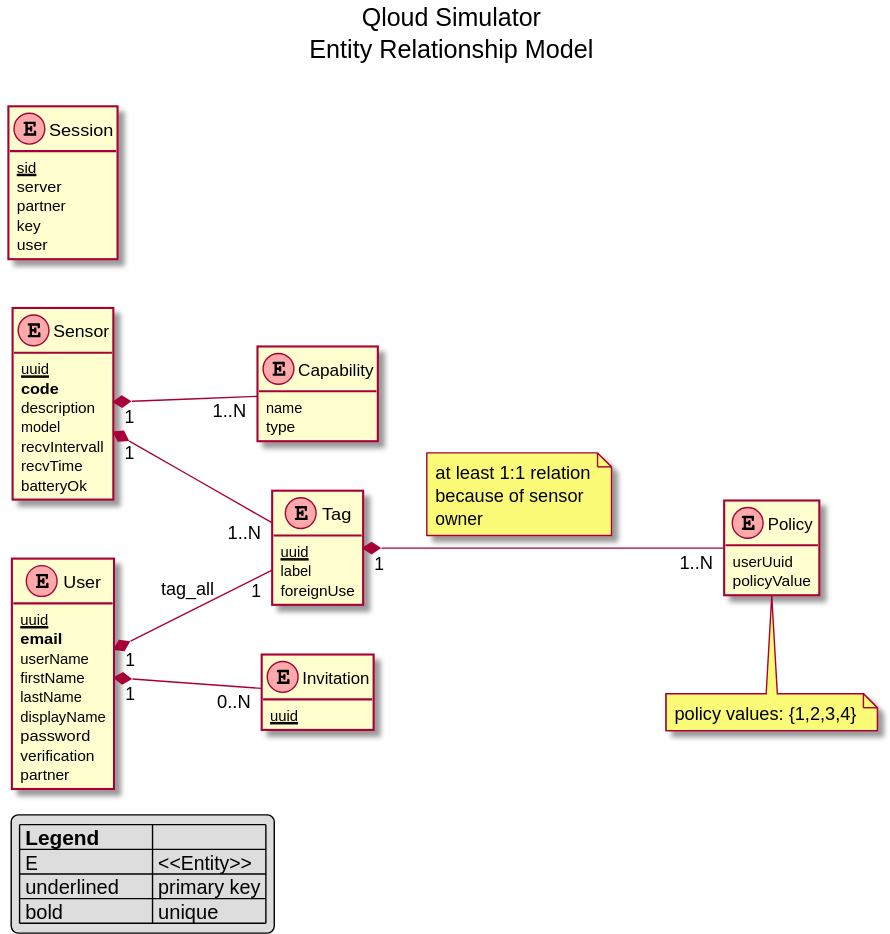
Earlier version of the PlantUML export uml/erm.svg (ges0909/qloud-sim). Its source is kept beside it as uml/erm.plantuml.
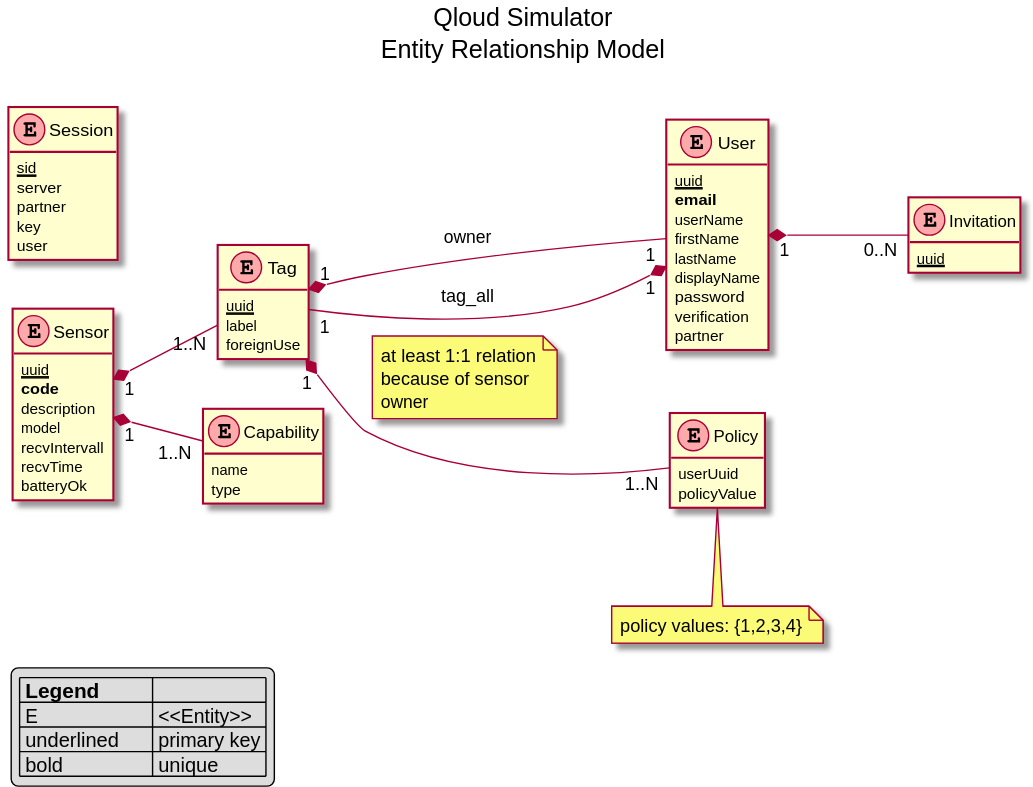
Above is the later version.

Commit message:
bug fix: add tag owner which is different from the OWNER policy (describes the ownership of the object where the tag is attached)

Change to the diagram source:
```diff
@@ -72,6 +72,7 @@
 User "1" *-- "1" Tag : tag_all
 Sensor "1" *-- "1..N" Capability
 Sensor "1" *-- "1..N" Tag
+Tag "1" *-- "1" User: owner
 Tag "1" *-- "1..N" Policy
 note top on link
   at least 1:1 relation
```
